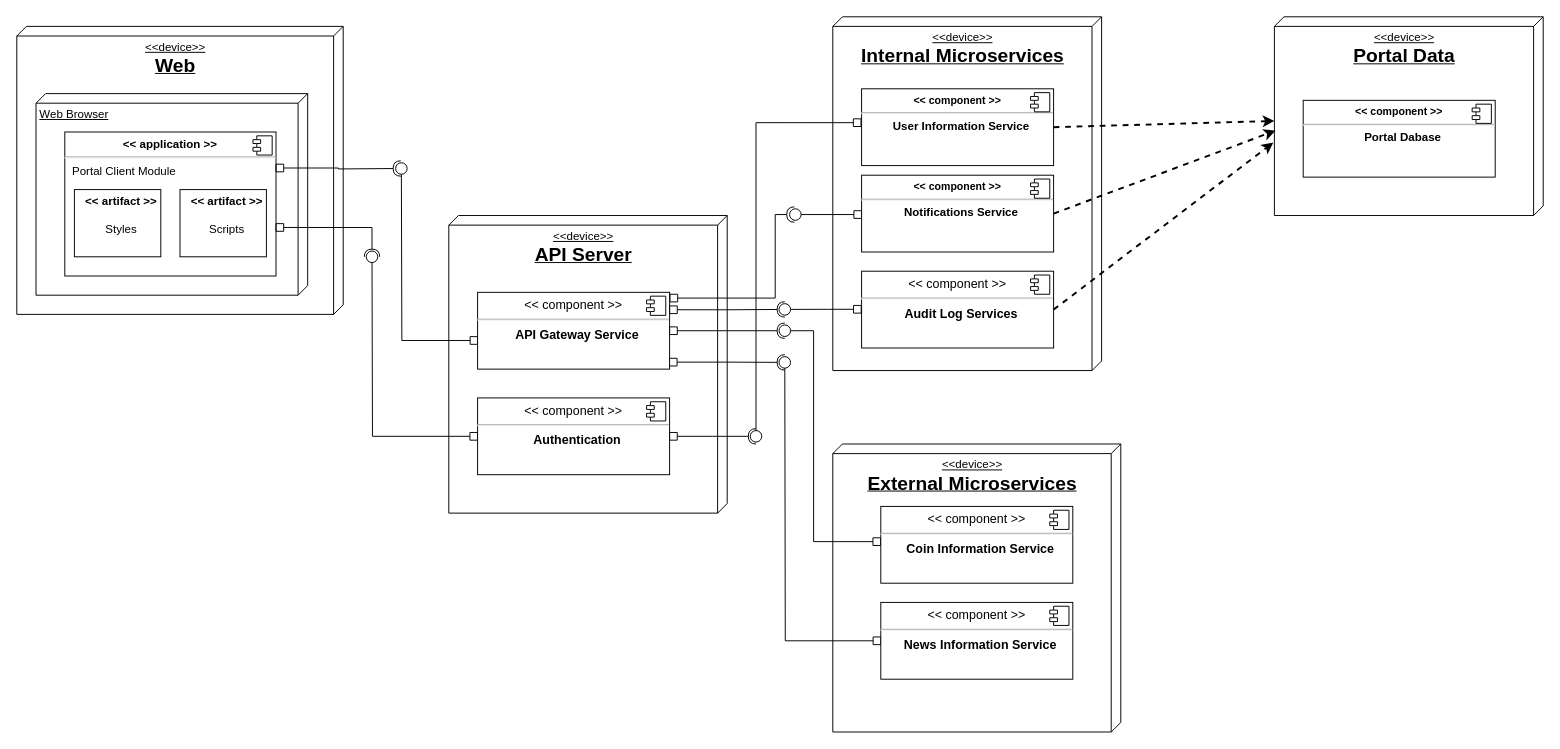
bgabrielma/ES_Project keeps this draw.io diagram as page "Page-1" (1 of 2) of diagrams/Deployment Diagram.drawio. Above is the earlier version. Source tidied: cells renumbered, new cells numbered last; positions are measured from the earlier drawing's top-left corner, leaving out a move shared by most shapes. Both pictures are drawn from the tidied source at 96%, with x=0, y=0 at pixel (16, 16).
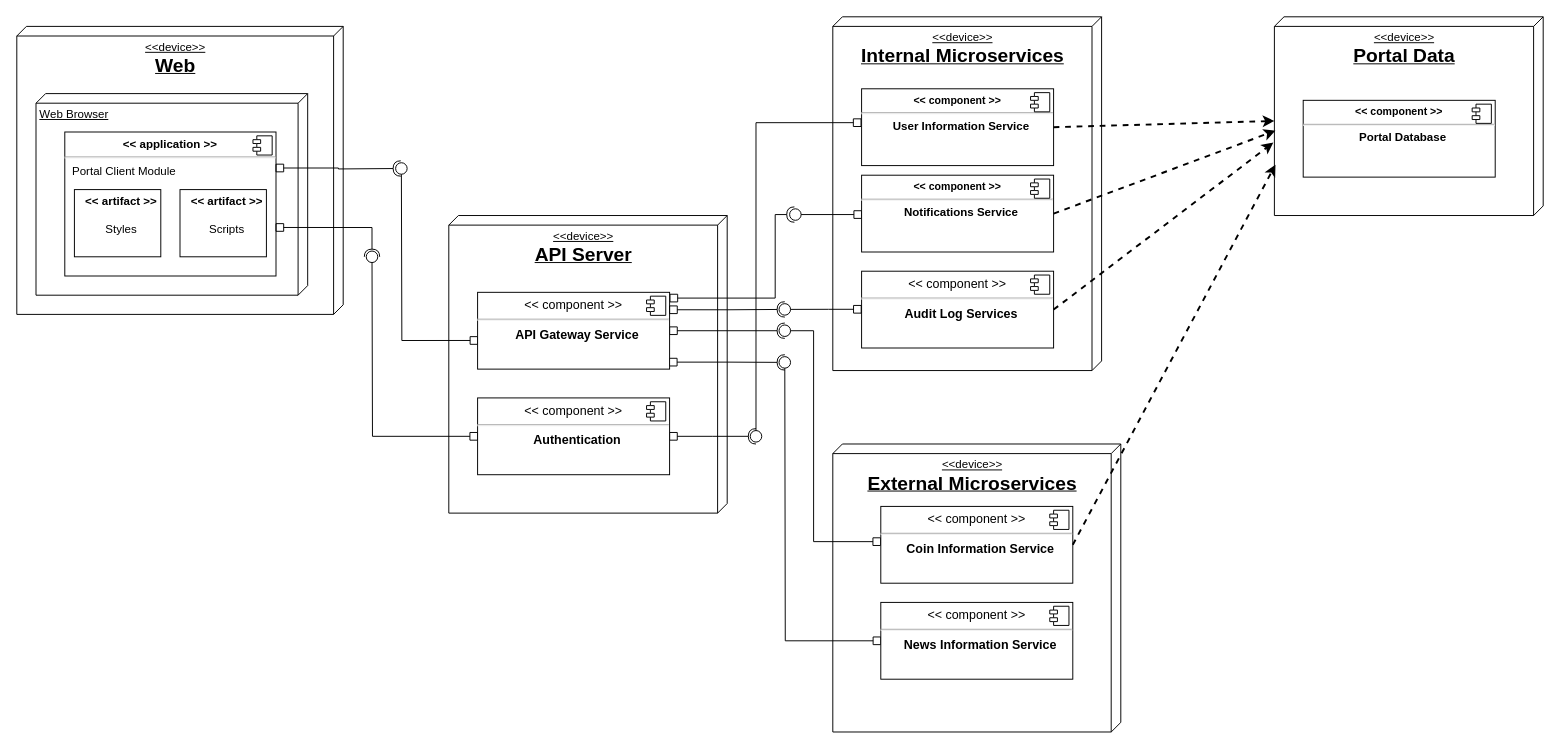
After the change.

Unchanged cells that the change refers to:
```xml
<mxCell id="11" value="&lt;p style=&quot;margin: 6px 0px 0px; font-size: 13px;&quot;&gt;&lt;span style=&quot;font-size: 13px;&quot;&gt;&lt;font style=&quot;font-size: 13px;&quot;&gt;&amp;lt;&amp;lt; component &amp;gt;&amp;gt;&lt;/font&gt;&lt;/span&gt;&lt;/p&gt;&lt;hr style=&quot;font-size: 13px;&quot;&gt;&lt;p style=&quot;margin: 0px 0px 0px 8px; font-size: 13px;&quot;&gt;&lt;b&gt;Coin Information Service&lt;/b&gt;&lt;/p&gt;" style="align=center;overflow=fill;html=1;fontStyle=0;fontSize=13;" parent="1" vertex="1">
  <mxGeometry x="900" y="510" width="200" height="80" as="geometry" />
</mxCell>
<mxCell id="35" value="&lt;div&gt;&amp;lt;&amp;lt;device&amp;gt;&amp;gt;&lt;/div&gt;&lt;div&gt;&lt;span style=&quot;font-size: 20px;&quot;&gt;&lt;b&gt;Portal Data&lt;/b&gt;&lt;/span&gt;&lt;/div&gt;" style="verticalAlign=top;align=center;spacingTop=8;spacingLeft=2;spacingRight=12;shape=cube;size=10;direction=south;fontStyle=4;html=1;" parent="1" vertex="1">
  <mxGeometry x="1310" width="280" height="207" as="geometry" />
</mxCell>
```

The edit, as a diff of the source:
```diff
@@
-    <mxCell id="36" value="&lt;p style=&quot;margin: 6px 0px 0px; text-align: center; font-size: 11px;&quot;&gt;&lt;b style=&quot;&quot;&gt;&lt;font style=&quot;font-size: 11px;&quot;&gt;&amp;lt;&amp;lt; component &amp;gt;&amp;gt;&lt;/font&gt;&lt;/b&gt;&lt;/p&gt;&lt;hr style=&quot;font-size: 11px;&quot;&gt;&lt;p style=&quot;text-align: center; margin: 0px 0px 0px 8px;&quot;&gt;&lt;b&gt;Portal Dabase&lt;/b&gt;&lt;/p&gt;" style="align=left;overflow=fill;html=1;" parent="1" vertex="1">
+    <mxCell id="36" value="&lt;p style=&quot;margin: 6px 0px 0px; text-align: center; font-size: 11px;&quot;&gt;&lt;b style=&quot;&quot;&gt;&lt;font style=&quot;font-size: 11px;&quot;&gt;&amp;lt;&amp;lt; component &amp;gt;&amp;gt;&lt;/font&gt;&lt;/b&gt;&lt;/p&gt;&lt;hr style=&quot;font-size: 11px;&quot;&gt;&lt;p style=&quot;text-align: center; margin: 0px 0px 0px 8px;&quot;&gt;&lt;b&gt;Portal Database&lt;/b&gt;&lt;/p&gt;" style="align=left;overflow=fill;html=1;" parent="1" vertex="1">
       <mxGeometry x="1340" y="87" width="200" height="80" as="geometry" />
     </mxCell>
@@
+    <mxCell id="45" style="endArrow=classic;html=1;rounded=0;fontSize=11;exitX=1;exitY=0.5;exitDx=0;exitDy=0;dashed=1;strokeWidth=2;entryX=0.744;entryY=0.996;entryDx=0;entryDy=0;entryPerimeter=0;" parent="1" edge="1" source="11" target="35">
+      <mxGeometry relative="1" as="geometry" />
+    </mxCell>
```
